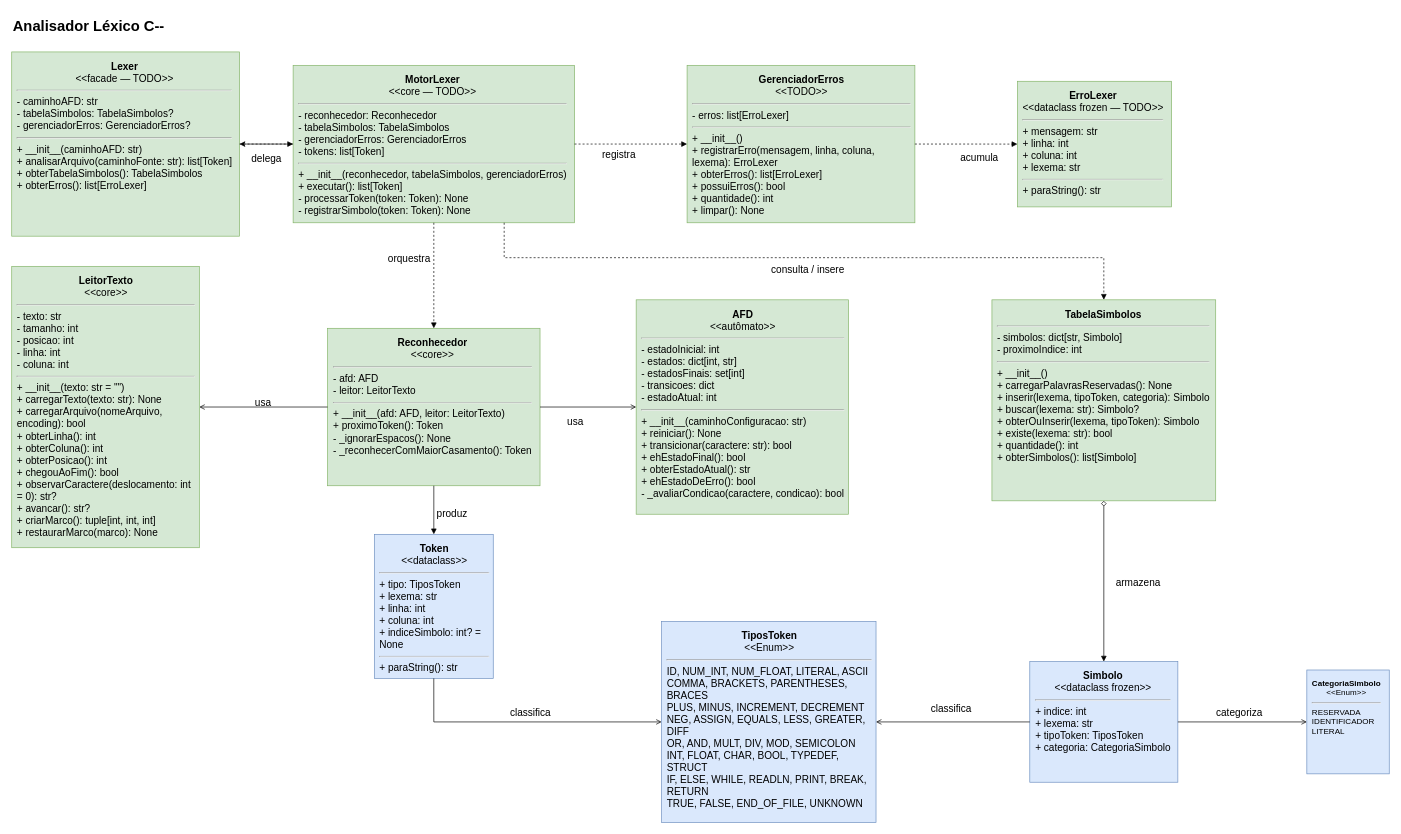
Above: page "Lexer" (1 of 2) of docs/AnalisadorLexico.drawio in Nicole-Garci/Compiladores (draw.io), before the change. Source tidied: cells renumbered, new cells numbered last; positions are measured from the earlier drawing's top-left corner, leaving out a move shared by most shapes. Both pictures are drawn from the tidied source at 67%, with x=0, y=0 at pixel (11, 11).
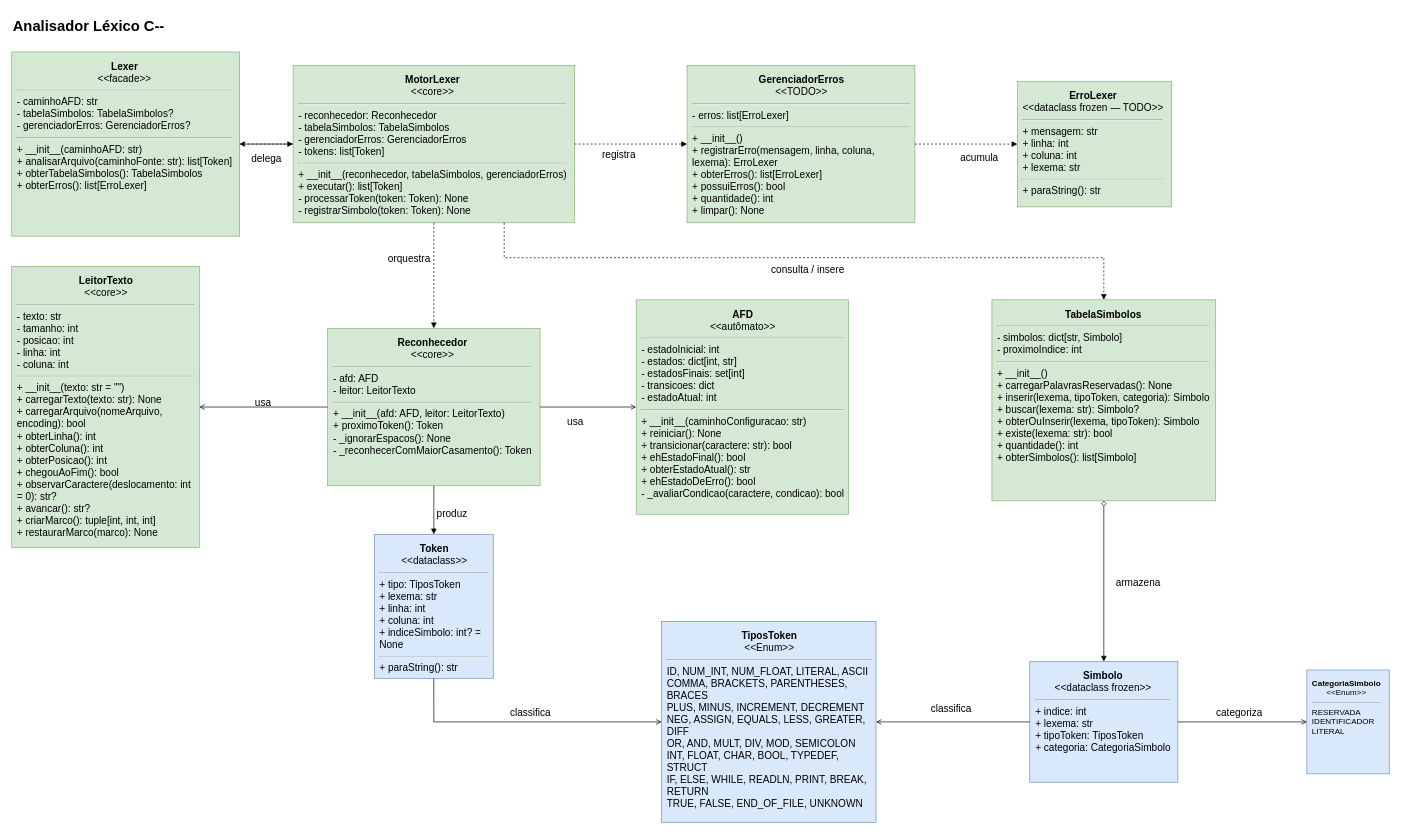
After the change.

Commit message (it also covers changes not shown here):
update classes diagram

Diff of the diagram source:
```diff
@@
-    <mxCell id="3" value="&lt;div style=&quot;text-align:center&quot;&gt;&lt;b&gt;Lexer&lt;/b&gt;&lt;br&gt;&amp;lt;&amp;lt;facade — TODO&amp;gt;&amp;gt;&lt;/div&gt;&lt;hr&gt;- caminhoAFD: str&lt;br&gt;- tabelaSimbolos: TabelaSimbolos?&lt;br&gt;- gerenciadorErros: GerenciadorErros?&lt;hr&gt;+ __init__(caminhoAFD: str)&lt;br&gt;+ analisarArquivo(caminhoFonte: str): list[Token]&lt;br&gt;+ obterTabelaSimbolos(): TabelaSimbolos&lt;br&gt;+ obterErros(): list[ErroLexer]" style="rounded=0;whiteSpace=wrap;html=1;verticalAlign=top;align=left;spacing=8;fillColor=#d5e8d4;strokeColor=#82b366;fontSize=15;fontFamily=Helvetica;fontColor=default;" parent="1" vertex="1">
+    <mxCell id="3" value="&lt;div style=&quot;text-align:center&quot;&gt;&lt;b&gt;Lexer&lt;/b&gt;&lt;br&gt;&amp;lt;&amp;lt;facade&amp;gt;&amp;gt;&lt;/div&gt;&lt;hr&gt;- caminhoAFD: str&lt;br&gt;- tabelaSimbolos: TabelaSimbolos?&lt;br&gt;- gerenciadorErros: GerenciadorErros?&lt;hr&gt;+ __init__(caminhoAFD: str)&lt;br&gt;+ analisarArquivo(caminhoFonte: str): list[Token]&lt;br&gt;+ obterTabelaSimbolos(): TabelaSimbolos&lt;br&gt;+ obterErros(): list[ErroLexer]" style="rounded=0;whiteSpace=wrap;html=1;verticalAlign=top;align=left;spacing=8;fillColor=#d5e8d4;strokeColor=#82b366;fontSize=15;fontFamily=Helvetica;fontColor=default;" parent="1" vertex="1">
       <mxGeometry y="60" width="340" height="275" as="geometry" />
     </mxCell>
@@
-    <mxCell id="5" value="&lt;div style=&quot;text-align:center&quot;&gt;&lt;b&gt;MotorLexer&lt;/b&gt;&lt;br&gt;&amp;lt;&amp;lt;core — TODO&amp;gt;&amp;gt;&lt;/div&gt;&lt;hr&gt;- reconhecedor: Reconhecedor&lt;br&gt;- tabelaSimbolos: TabelaSimbolos&lt;br&gt;- gerenciadorErros: GerenciadorErros&lt;br&gt;- tokens: list[Token]&lt;hr&gt;+ __init__(reconhecedor, tabelaSimbolos, gerenciadorErros)&lt;br&gt;+ executar(): list[Token]&lt;br&gt;- processarToken(token: Token): None&lt;br&gt;- registrarSimbolo(token: Token): None" style="rounded=0;whiteSpace=wrap;html=1;verticalAlign=top;align=left;spacing=8;fillColor=#d5e8d4;strokeColor=#82b366;fontSize=15;fontFamily=Helvetica;fontColor=default;" parent="1" vertex="1">
+    <mxCell id="5" value="&lt;div style=&quot;text-align:center&quot;&gt;&lt;b&gt;MotorLexer&lt;/b&gt;&lt;br&gt;&amp;lt;&amp;lt;core&amp;gt;&amp;gt;&lt;/div&gt;&lt;hr&gt;- reconhecedor: Reconhecedor&lt;br&gt;- tabelaSimbolos: TabelaSimbolos&lt;br&gt;- gerenciadorErros: GerenciadorErros&lt;br&gt;- tokens: list[Token]&lt;hr&gt;+ __init__(reconhecedor, tabelaSimbolos, gerenciadorErros)&lt;br&gt;+ executar(): list[Token]&lt;br&gt;- processarToken(token: Token): None&lt;br&gt;- registrarSimbolo(token: Token): None" style="rounded=0;whiteSpace=wrap;html=1;verticalAlign=top;align=left;spacing=8;fillColor=#d5e8d4;strokeColor=#82b366;fontSize=15;fontFamily=Helvetica;fontColor=default;" parent="1" vertex="1">
       <mxGeometry x="420" y="80" width="420" height="235" as="geometry" />
     </mxCell>
```
